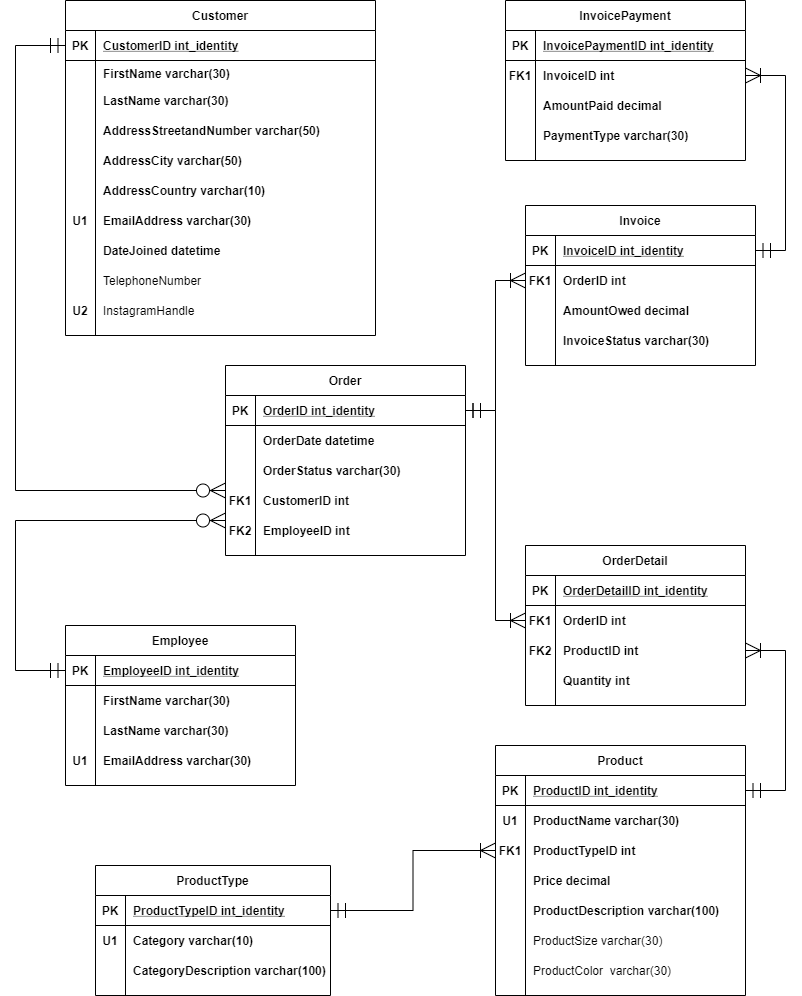
This is Project/Project Logical Model.png from trisxcj1/SyracuseUniversity_IST659, a draw.io export, as it was before one commit. Source tidied: cells renumbered, new cells last; positions are measured from the earlier drawing's top-left corner, leaving out a move shared by most shapes.
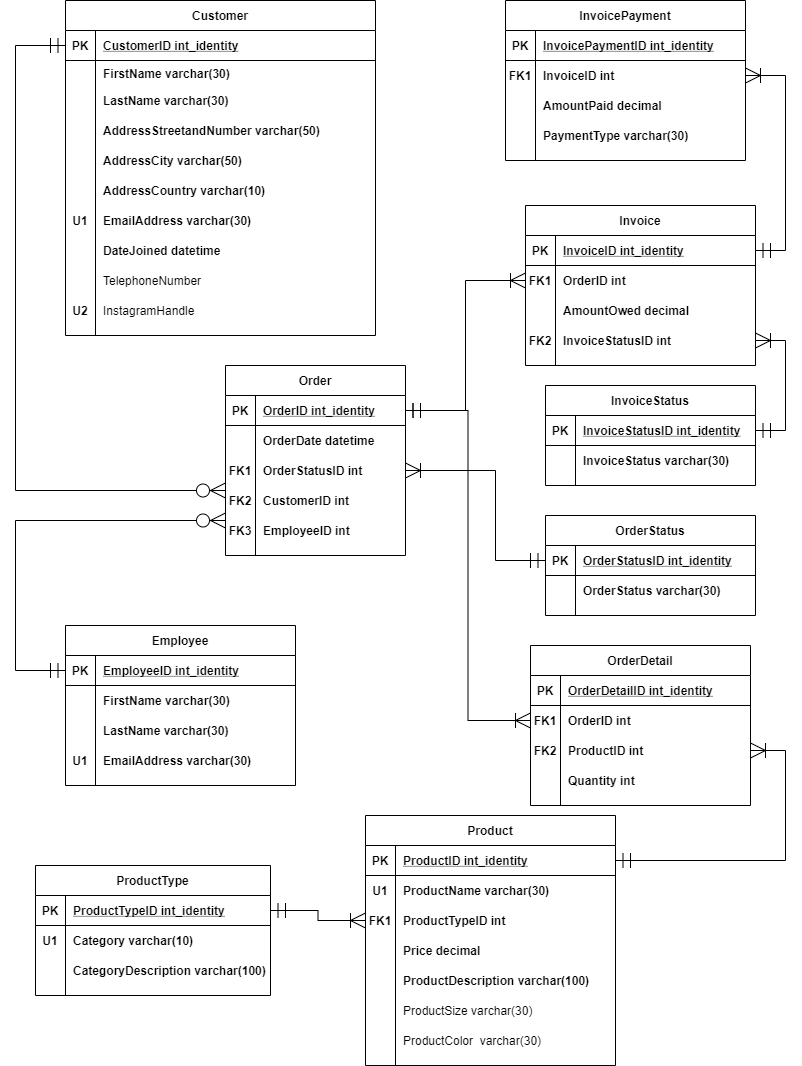
Above is the later version.

Commit message:
any finite valued attribute should be its own entity/table! wow

Change to the diagram source:
```diff
@@ -96,7 +96,7 @@
       <mxGeometry x="30" width="280" height="30" as="geometry" />
     </mxCell>
     <mxCell id="33" value="Product" style="shape=table;startSize=30;rowLines=0;fontStyle=1;align=center;" parent="1" vertex="1">
-      <mxGeometry x="480" y="745" width="250" height="250" as="geometry" />
+      <mxGeometry x="350" y="815" width="250" height="250" as="geometry" />
     </mxCell>
     <mxCell id="34" style="shape=partialRectangle;fillColor=none;top=0;left=0;bottom=1;right=0;points=[[0,0.5],[1,0.5]];portConstraint=eastwest;" parent="33" vertex="1">
       <mxGeometry y="30" width="250" height="30" as="geometry" />
@@ -233,59 +233,59 @@
     <mxCell id="78" style="shape=partialRectangle;fillColor=none;top=0;left=0;bottom=0;right=0;points=[[0,0.5],[1,0.5]];portConstraint=eastwest;" parent="68" vertex="1">
       <mxGeometry y="120" width="230" height="30" as="geometry" />
     </mxCell>
-    <mxCell id="79" style="shape=partialRectangle;fillColor=none;top=0;left=0;bottom=0;right=0;overflow=hidden;" parent="78" vertex="1">
+    <mxCell id="79" value="FK2" style="shape=partialRectangle;fillColor=none;top=0;left=0;bottom=0;right=0;overflow=hidden;fontStyle=1;" parent="78" vertex="1">
       <mxGeometry width="30" height="30" as="geometry" />
     </mxCell>
-    <mxCell id="80" value="InvoiceStatus varchar(30)" style="shape=partialRectangle;fillColor=none;top=0;left=0;bottom=0;right=0;align=left;spacingLeft=6;overflow=hidden;fontStyle=1;" parent="78" vertex="1">
+    <mxCell id="80" value="InvoiceStatusID int" style="shape=partialRectangle;fillColor=none;top=0;left=0;bottom=0;right=0;align=left;spacingLeft=6;overflow=hidden;fontStyle=1;" parent="78" vertex="1">
       <mxGeometry x="30" width="200" height="30" as="geometry" />
     </mxCell>
     <mxCell id="81" value="Order" style="shape=table;startSize=30;rowLines=0;fontStyle=1;align=center;" parent="1" vertex="1">
-      <mxGeometry x="210" y="365" width="240" height="190" as="geometry" />
+      <mxGeometry x="210" y="365" width="180" height="190" as="geometry" />
     </mxCell>
     <mxCell id="82" style="shape=partialRectangle;fillColor=none;top=0;left=0;bottom=1;right=0;points=[[0,0.5],[1,0.5]];portConstraint=eastwest;" parent="81" vertex="1">
-      <mxGeometry y="30" width="240" height="30" as="geometry" />
+      <mxGeometry y="30" width="180" height="30" as="geometry" />
     </mxCell>
     <mxCell id="83" value="PK" style="shape=partialRectangle;fillColor=none;top=0;left=0;bottom=0;right=0;fontStyle=1;overflow=hidden;" parent="82" vertex="1">
       <mxGeometry width="30" height="30" as="geometry" />
     </mxCell>
     <mxCell id="84" value="OrderID int_identity" style="shape=partialRectangle;fillColor=none;top=0;left=0;bottom=0;right=0;align=left;spacingLeft=6;fontStyle=5;overflow=hidden;" parent="82" vertex="1">
-      <mxGeometry x="30" width="210" height="30" as="geometry" />
+      <mxGeometry x="30" width="150" height="30" as="geometry" />
     </mxCell>
     <mxCell id="85" style="shape=partialRectangle;fillColor=none;top=0;left=0;bottom=0;right=0;" parent="81" vertex="1">
-      <mxGeometry y="60" width="240" height="30" as="geometry" />
+      <mxGeometry y="60" width="180" height="30" as="geometry" />
     </mxCell>
     <mxCell id="86" style="shape=partialRectangle;fillColor=none;top=0;left=0;bottom=0;right=0;overflow=hidden;" parent="85" vertex="1">
       <mxGeometry width="30" height="30" as="geometry" />
     </mxCell>
     <mxCell id="87" value="OrderDate datetime" style="shape=partialRectangle;fillColor=none;top=0;left=0;bottom=0;right=0;align=left;spacingLeft=6;overflow=hidden;fontStyle=1;" parent="85" vertex="1">
-      <mxGeometry x="30" width="210" height="30" as="geometry" />
+      <mxGeometry x="30" width="150" height="30" as="geometry" />
     </mxCell>
     <mxCell id="88" style="shape=partialRectangle;fillColor=none;top=0;left=0;bottom=0;right=0;points=[[0,0.5],[1,0.5]];portConstraint=eastwest;" parent="81" vertex="1">
-      <mxGeometry y="90" width="240" height="30" as="geometry" />
+      <mxGeometry y="90" width="180" height="30" as="geometry" />
     </mxCell>
-    <mxCell id="89" style="shape=partialRectangle;fillColor=none;top=0;left=0;bottom=0;right=0;overflow=hidden;" parent="88" vertex="1">
+    <mxCell id="89" value="FK1" style="shape=partialRectangle;fillColor=none;top=0;left=0;bottom=0;right=0;overflow=hidden;fontStyle=1;" parent="88" vertex="1">
       <mxGeometry width="30" height="30" as="geometry" />
     </mxCell>
-    <mxCell id="90" value="OrderStatus varchar(30)" style="shape=partialRectangle;fillColor=none;top=0;left=0;bottom=0;right=0;align=left;spacingLeft=6;overflow=hidden;fontStyle=1;" parent="88" vertex="1">
-      <mxGeometry x="30" width="210" height="30" as="geometry" />
+    <mxCell id="90" value="OrderStatusID int" style="shape=partialRectangle;fillColor=none;top=0;left=0;bottom=0;right=0;align=left;spacingLeft=6;overflow=hidden;fontStyle=1;" parent="88" vertex="1">
+      <mxGeometry x="30" width="150" height="30" as="geometry" />
     </mxCell>
     <mxCell id="91" style="shape=partialRectangle;fillColor=none;top=0;left=0;bottom=0;right=0;points=[[0,0.5],[1,0.5]];portConstraint=eastwest;" parent="81" vertex="1">
-      <mxGeometry y="120" width="240" height="30" as="geometry" />
+      <mxGeometry y="120" width="180" height="30" as="geometry" />
     </mxCell>
-    <mxCell id="92" value="FK1" style="shape=partialRectangle;fillColor=none;top=0;left=0;bottom=0;right=0;overflow=hidden;fontStyle=1;" parent="91" vertex="1">
+    <mxCell id="92" value="FK2" style="shape=partialRectangle;fillColor=none;top=0;left=0;bottom=0;right=0;overflow=hidden;fontStyle=1;" parent="91" vertex="1">
       <mxGeometry width="30" height="30" as="geometry" />
     </mxCell>
     <mxCell id="93" value="CustomerID int" style="shape=partialRectangle;fillColor=none;top=0;left=0;bottom=0;right=0;align=left;spacingLeft=6;overflow=hidden;fontStyle=1;" parent="91" vertex="1">
-      <mxGeometry x="30" width="210" height="30" as="geometry" />
+      <mxGeometry x="30" width="150" height="30" as="geometry" />
     </mxCell>
     <mxCell id="94" style="shape=partialRectangle;fillColor=none;top=0;left=0;bottom=0;right=0;points=[[0,0.5],[1,0.5]];portConstraint=eastwest;" parent="81" vertex="1">
-      <mxGeometry y="150" width="240" height="30" as="geometry" />
+      <mxGeometry y="150" width="180" height="30" as="geometry" />
     </mxCell>
-    <mxCell id="95" value="FK2" style="shape=partialRectangle;fillColor=none;top=0;left=0;bottom=0;right=0;overflow=hidden;fontStyle=1;" parent="94" vertex="1">
+    <mxCell id="95" value="FK3" style="shape=partialRectangle;fillColor=none;top=0;left=0;bottom=0;right=0;overflow=hidden;fontStyle=1;" parent="94" vertex="1">
       <mxGeometry width="30" height="30" as="geometry" />
     </mxCell>
     <mxCell id="96" value="EmployeeID int" style="shape=partialRectangle;fillColor=none;top=0;left=0;bottom=0;right=0;align=left;spacingLeft=6;overflow=hidden;fontStyle=1;" parent="94" vertex="1">
-      <mxGeometry x="30" width="210" height="30" as="geometry" />
+      <mxGeometry x="30" width="150" height="30" as="geometry" />
     </mxCell>
     <mxCell id="97" value="InvoicePayment" style="shape=table;startSize=30;rowLines=0;fontStyle=1;align=center;" parent="1" vertex="1">
       <mxGeometry x="490" width="240" height="160" as="geometry" />
@@ -327,7 +327,7 @@
       <mxGeometry x="30" width="210" height="30" as="geometry" />
     </mxCell>
     <mxCell id="110" value="OrderDetail" style="shape=table;startSize=30;rowLines=0;fontStyle=1;align=center;" parent="1" vertex="1">
-      <mxGeometry x="510" y="545" width="220" height="160" as="geometry" />
+      <mxGeometry x="515" y="645" width="220" height="160" as="geometry" />
     </mxCell>
     <mxCell id="111" style="shape=partialRectangle;fillColor=none;top=0;left=0;bottom=1;right=0;" parent="110" vertex="1">
       <mxGeometry y="30" width="220" height="30" as="geometry" />
@@ -387,8 +387,8 @@
     <mxCell id="126" style="edgeStyle=orthogonalEdgeStyle;rounded=0;jettySize=auto;html=1;startArrow=ERmandOne;startFill=0;startSize=13;endArrow=ERoneToMany;endFill=0;endSize=13;" parent="1" edge="1" source="34" target="117">
       <mxGeometry relative="1" as="geometry">
         <Array as="points">
-          <mxPoint x="770" y="790" />
-          <mxPoint x="770" y="650" />
+          <mxPoint x="770" y="860" />
+          <mxPoint x="770" y="750" />
         </Array>
       </mxGeometry>
     </mxCell>
@@ -404,7 +404,7 @@
       </mxGeometry>
     </mxCell>
     <mxCell id="129" value="ProductType" style="shape=table;startSize=30;rowLines=0;fontStyle=1;align=center;" parent="1" vertex="1">
-      <mxGeometry x="80" y="865" width="235" height="130" as="geometry" />
+      <mxGeometry x="20" y="865" width="235" height="130" as="geometry" />
     </mxCell>
     <mxCell id="130" style="shape=partialRectangle;fillColor=none;top=0;left=0;bottom=1;right=0;points=[[0,0.5],[1,0.5]];portConstraint=eastwest;" parent="129" vertex="1">
       <mxGeometry y="30" width="235" height="30" as="geometry" />
@@ -436,5 +436,63 @@
     <mxCell id="139" style="edgeStyle=orthogonalEdgeStyle;rounded=0;jettySize=auto;html=1;startArrow=ERmandOne;startFill=0;startSize=13;endArrow=ERoneToMany;endFill=0;endSize=13;" parent="1" edge="1" source="130" target="40">
       <mxGeometry relative="1" as="geometry" />
     </mxCell>
+    <mxCell id="140" value="InvoiceStatus" style="shape=table;startSize=30;rowLines=0;fontStyle=1;align=center;" parent="1" vertex="1">
+      <mxGeometry x="530" y="385" width="210" height="100" as="geometry" />
+    </mxCell>
+    <mxCell id="141" style="shape=partialRectangle;fillColor=none;top=0;left=0;bottom=1;right=0;points=[[0,0.5],[1,0.5]];portConstraint=eastwest;" parent="140" vertex="1">
+      <mxGeometry y="30" width="210" height="30" as="geometry" />
+    </mxCell>
+    <mxCell id="142" value="PK" style="shape=partialRectangle;fillColor=none;top=0;left=0;bottom=0;right=0;fontStyle=1;overflow=hidden;" parent="141" vertex="1">
+      <mxGeometry width="30" height="30" as="geometry" />
+    </mxCell>
+    <mxCell id="143" value="InvoiceStatusID int_identity" style="shape=partialRectangle;fillColor=none;top=0;left=0;bottom=0;right=0;align=left;spacingLeft=6;fontStyle=5;overflow=hidden;" parent="141" vertex="1">
+      <mxGeometry x="30" width="180" height="30" as="geometry" />
+    </mxCell>
+    <mxCell id="144" style="shape=partialRectangle;fillColor=none;top=0;left=0;bottom=0;right=0;" parent="140" vertex="1">
+      <mxGeometry y="60" width="210" height="30" as="geometry" />
+    </mxCell>
+    <mxCell id="145" style="shape=partialRectangle;fillColor=none;top=0;left=0;bottom=0;right=0;overflow=hidden;" parent="144" vertex="1">
+      <mxGeometry width="30" height="30" as="geometry" />
+    </mxCell>
+    <mxCell id="146" value="InvoiceStatus varchar(30)" style="shape=partialRectangle;fillColor=none;top=0;left=0;bottom=0;right=0;align=left;spacingLeft=6;overflow=hidden;fontStyle=1;" parent="144" vertex="1">
+      <mxGeometry x="30" width="180" height="30" as="geometry" />
+    </mxCell>
+    <mxCell id="147" value="OrderStatus" style="shape=table;startSize=30;rowLines=0;fontStyle=1;align=center;" parent="1" vertex="1">
+      <mxGeometry x="530" y="515" width="210" height="100" as="geometry" />
+    </mxCell>
+    <mxCell id="148" style="shape=partialRectangle;fillColor=none;top=0;left=0;bottom=1;right=0;points=[[0,0.5],[1,0.5]];portConstraint=eastwest;" parent="147" vertex="1">
+      <mxGeometry y="30" width="210" height="30" as="geometry" />
+    </mxCell>
+    <mxCell id="149" value="PK" style="shape=partialRectangle;fillColor=none;top=0;left=0;bottom=0;right=0;fontStyle=1;overflow=hidden;" parent="148" vertex="1">
+      <mxGeometry width="30" height="30" as="geometry" />
+    </mxCell>
+    <mxCell id="150" value="OrderStatusID int_identity" style="shape=partialRectangle;fillColor=none;top=0;left=0;bottom=0;right=0;align=left;spacingLeft=6;fontStyle=5;overflow=hidden;" parent="148" vertex="1">
+      <mxGeometry x="30" width="180" height="30" as="geometry" />
+    </mxCell>
+    <mxCell id="151" style="shape=partialRectangle;fillColor=none;top=0;left=0;bottom=0;right=0;" parent="147" vertex="1">
+      <mxGeometry y="60" width="210" height="30" as="geometry" />
+    </mxCell>
+    <mxCell id="152" style="shape=partialRectangle;fillColor=none;top=0;left=0;bottom=0;right=0;overflow=hidden;" parent="151" vertex="1">
+      <mxGeometry width="30" height="30" as="geometry" />
+    </mxCell>
+    <mxCell id="153" value="OrderStatus varchar(30)" style="shape=partialRectangle;fillColor=none;top=0;left=0;bottom=0;right=0;align=left;spacingLeft=6;overflow=hidden;fontStyle=1;" parent="151" vertex="1">
+      <mxGeometry x="30" width="180" height="30" as="geometry" />
+    </mxCell>
+    <mxCell id="154" style="edgeStyle=orthogonalEdgeStyle;rounded=0;jettySize=auto;html=1;startArrow=ERmandOne;startFill=0;startSize=13;endArrow=ERoneToMany;endFill=0;endSize=13;" parent="1" edge="1" source="141" target="78">
+      <mxGeometry relative="1" as="geometry">
+        <Array as="points">
+          <mxPoint x="770" y="430" />
+          <mxPoint x="770" y="340" />
+        </Array>
+      </mxGeometry>
+    </mxCell>
+    <mxCell id="155" style="edgeStyle=orthogonalEdgeStyle;rounded=0;jettySize=auto;html=1;startArrow=ERmandOne;startFill=0;startSize=13;endArrow=ERoneToMany;endFill=0;endSize=13;" parent="1" edge="1" source="148" target="88">
+      <mxGeometry relative="1" as="geometry">
+        <Array as="points">
+          <mxPoint x="480" y="560" />
+          <mxPoint x="480" y="470" />
+        </Array>
+      </mxGeometry>
+    </mxCell>
   </root>
 </mxGraphModel>
```
